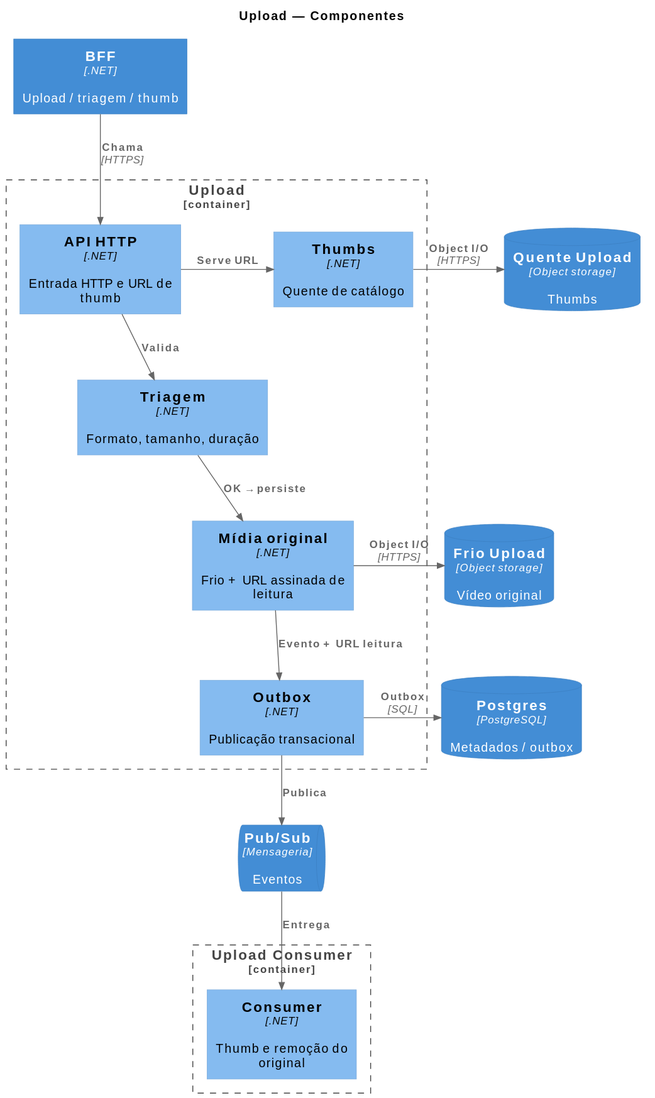
Before: arquitetura/06_componentes-upload.svg, a diagram exported from PlantUML (fiap-x-vcosta/docs).
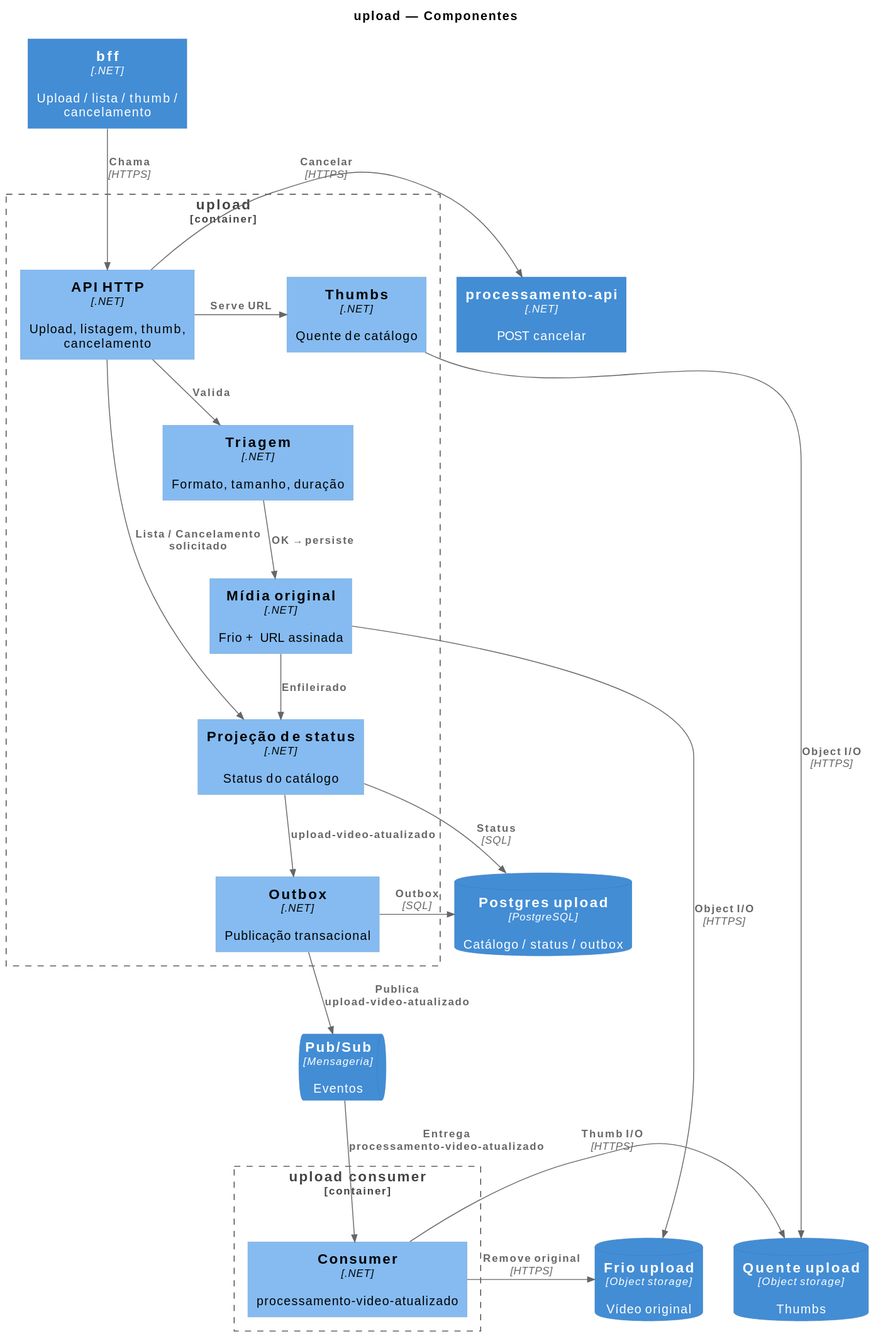
After the commit.

Change to the diagram source:
```diff
@@ -4,37 +4,44 @@
 LAYOUT_TOP_DOWN()
 HIDE_STEREOTYPE()
 
-title Upload — Componentes
+title upload — Componentes
 
-Container(bff, "BFF", ".NET", "Upload / triagem / thumb")
+Container(bff, "bff", ".NET", "Upload / lista / thumb / cancelamento")
+Container(procApi, "processamento-api", ".NET", "POST cancelar")
 
-Container_Boundary(uploadApi, "Upload") {
-  Component(api, "API HTTP", ".NET", "Entrada HTTP e URL de thumb")
+Container_Boundary(uploadApi, "upload") {
+  Component(api, "API HTTP", ".NET", "Upload, listagem, thumb, cancelamento")
   Component(triagem, "Triagem", ".NET", "Formato, tamanho, duração")
-  Component(midia, "Mídia original", ".NET", "Frio + URL assinada de leitura")
+  Component(midia, "Mídia original", ".NET", "Frio + URL assinada")
+  Component(statusProj, "Projeção de status", ".NET", "Status do catálogo")
   Component(outbox, "Outbox", ".NET", "Publicação transacional")
   Component(thumbs, "Thumbs", ".NET", "Quente de catálogo")
 }
 
 ContainerQueue(pubsub, "Pub/Sub", "Mensageria", "Eventos")
 
-Container_Boundary(uploadConsumer, "Upload Consumer") {
-  Component(consumer, "Consumer", ".NET", "Thumb e remoção do original")
+Container_Boundary(uploadConsumer, "upload consumer") {
+  Component(consumer, "Consumer", ".NET", "processamento-video-atualizado")
 }
 
-ContainerDb(pg, "Postgres", "PostgreSQL", "Metadados / outbox")
-ContainerDb(frio, "Frio Upload", "Object storage", "Vídeo original")
-ContainerDb(quente, "Quente Upload", "Object storage", "Thumbs")
+ContainerDb(pg, "Postgres upload", "PostgreSQL", "Catálogo / status / outbox")
+ContainerDb(frio, "Frio upload", "Object storage", "Vídeo original")
+ContainerDb(quente, "Quente upload", "Object storage", "Thumbs")
 
 Rel_D(bff, api, "Chama", "HTTPS")
 Rel_D(api, triagem, "Valida")
 Rel_D(triagem, midia, "OK → persiste")
-Rel_D(midia, outbox, "Evento + URL leitura")
-Rel_D(outbox, pubsub, "Publica")
-Rel_D(pubsub, consumer, "Entrega")
-
+Rel_D(midia, statusProj, "Enfileirado")
+Rel_D(statusProj, outbox, "upload-video-atualizado")
+Rel_D(outbox, pubsub, "Publica upload-video-atualizado")
+Rel_D(pubsub, consumer, "Entrega processamento-video-atualizado")
+Rel_R(api, procApi, "Cancelar", "HTTPS")
 Rel_R(api, thumbs, "Serve URL")
+Rel_R(api, statusProj, "Lista / Cancelamento solicitado")
+Rel_R(midia, frio, "Object I/O", "HTTPS")
 Rel_R(thumbs, quente, "Object I/O", "HTTPS")
-Rel_R(midia, frio, "Object I/O", "HTTPS")
 Rel_R(outbox, pg, "Outbox", "SQL")
+Rel_R(statusProj, pg, "Status", "SQL")
+Rel_R(consumer, frio, "Remove original", "HTTPS")
+Rel_R(consumer, quente, "Thumb I/O", "HTTPS")
 @enduml
```
